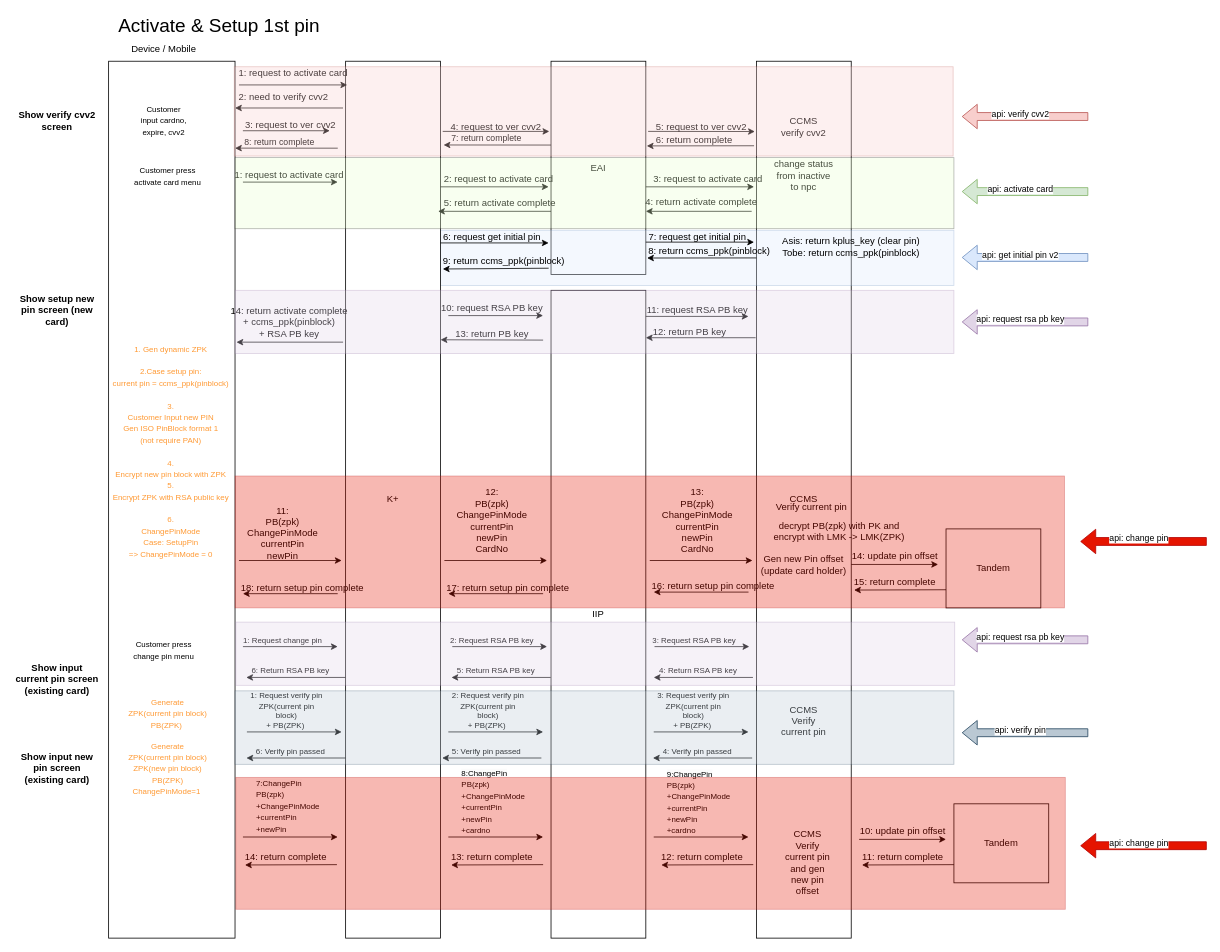
This is page "KPlus_ChangePin" (2 of 2) of CCMS_Project.drawio from chawaratr/drawio, a draw.io file, before an edit. Source tidied: cells renumbered, new cells numbered last; positions are measured from the earlier drawing's top-left corner, leaving out a move shared by most shapes. Both pictures are drawn from the tidied source at 79%, with x=0, y=0 at pixel (13, 13).
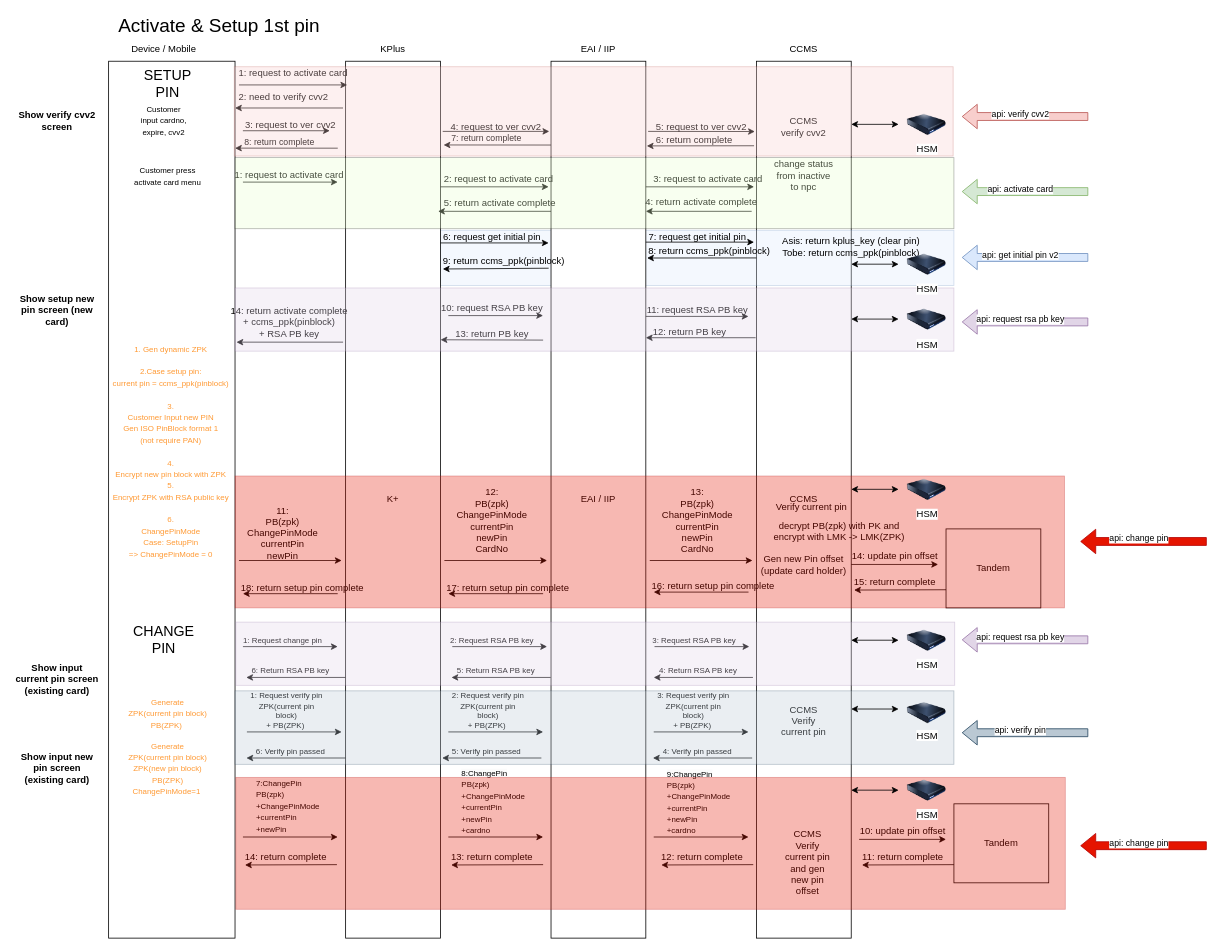
Above is the later version.

Commit message:
add hsm into diagram

What changed in the source:
```diff
@@
-    <mxCell id="3" value="EAI" style="rounded=0;whiteSpace=wrap;html=1;" parent="1" vertex="1">
-      <mxGeometry x="680" y="60" width="120" height="270" as="geometry" />
-    </mxCell>
@@
-    <mxCell id="8" value="IIP" style="rounded=0;whiteSpace=wrap;html=1;" parent="1" vertex="1">
-      <mxGeometry x="680" y="350" width="120" height="820" as="geometry" />
+    <mxCell id="8" value="EAI / IIP" style="rounded=0;whiteSpace=wrap;html=1;" parent="1" vertex="1">
+      <mxGeometry x="680" y="60" width="120" height="1110" as="geometry" />
     </mxCell>
@@
-    <mxCell id="67" style="endArrow=classic;html=1;rounded=0;exitX=1.024;exitY=0.144;exitDx=0;exitDy=0;exitPerimeter=0;entryX=-0.018;entryY=0.329;entryDx=0;entryDy=0;entryPerimeter=0;" parent="1" edge="1" target="3">
+    <mxCell id="67" style="endArrow=classic;html=1;rounded=0;exitX=1.024;exitY=0.144;exitDx=0;exitDy=0;exitPerimeter=0;entryX=-0.018;entryY=0.329;entryDx=0;entryDy=0;entryPerimeter=0;" parent="1" edge="1">
       <mxGeometry relative="1" as="geometry">
         <mxPoint x="542.9" y="148.8" as="sourcePoint" />
+        <mxPoint x="677.8" y="148.8" as="targetPoint" />
       </mxGeometry>
     </mxCell>
@@
-    <mxCell id="71" style="endArrow=classic;html=1;rounded=0;entryX=1.01;entryY=0.397;entryDx=0;entryDy=0;entryPerimeter=0;" parent="1" edge="1" target="3">
+    <mxCell id="71" style="endArrow=classic;html=1;rounded=0;entryX=1.01;entryY=0.397;entryDx=0;entryDy=0;entryPerimeter=0;" parent="1" edge="1">
       <mxGeometry relative="1" as="geometry">
         <mxPoint x="937" y="167" as="sourcePoint" />
+        <mxPoint x="801.2" y="167.2" as="targetPoint" />
       </mxGeometry>
     </mxCell>
@@
-    <mxCell id="75" style="endArrow=classic;html=1;rounded=0;exitX=0;exitY=0.393;exitDx=0;exitDy=0;exitPerimeter=0;" parent="1" edge="1" source="3">
+    <mxCell id="75" style="endArrow=classic;html=1;rounded=0;exitX=0;exitY=0.393;exitDx=0;exitDy=0;exitPerimeter=0;" parent="1" edge="1">
       <mxGeometry relative="1" as="geometry">
+        <mxPoint x="680" y="166.1" as="sourcePoint" />
         <mxPoint x="544" y="166" as="targetPoint" />
       </mxGeometry>
     </mxCell>
@@
-    <mxCell id="83" value="&lt;font style=&quot;font-size: 10px;&quot;&gt;Customer press change pin menu&lt;/font&gt;" style="text;html=1;align=center;verticalAlign=middle;whiteSpace=wrap;rounded=0;" parent="1" vertex="1">
-      <mxGeometry x="145" y="790" width="90" height="30" as="geometry" />
+    <mxCell id="83" value="&lt;font style=&quot;font-size: 18px;&quot;&gt;CHANGE PIN&lt;/font&gt;" style="text;html=1;align=center;verticalAlign=middle;whiteSpace=wrap;rounded=0;" parent="1" vertex="1">
+      <mxGeometry x="145" y="778" width="90" height="30" as="geometry" />
     </mxCell>
@@
     <mxCell id="150" style="rounded=0;whiteSpace=wrap;html=1;fillColor=#e1d5e7;strokeColor=#9673a6;opacity=30;" parent="1" vertex="1">
-      <mxGeometry x="280" y="350" width="910" height="80" as="geometry" />
+      <mxGeometry x="280" y="347" width="910" height="80" as="geometry" />
     </mxCell>
@@
+    <mxCell id="153" value="&lt;font style=&quot;font-size: 18px;&quot;&gt;SETUP PIN&lt;/font&gt;" style="text;html=1;align=center;verticalAlign=middle;whiteSpace=wrap;rounded=0;" parent="1" vertex="1">
+      <mxGeometry x="150" y="74" width="90" height="30" as="geometry" />
+    </mxCell>
+    <mxCell id="154" value="KPlus" style="text;html=1;strokeColor=none;fillColor=none;align=center;verticalAlign=middle;whiteSpace=wrap;rounded=0;" parent="1" vertex="1">
+      <mxGeometry x="430" y="30" width="100" height="30" as="geometry" />
+    </mxCell>
+    <mxCell id="155" value="EAI / IIP" style="text;html=1;strokeColor=none;fillColor=none;align=center;verticalAlign=middle;whiteSpace=wrap;rounded=0;" parent="1" vertex="1">
+      <mxGeometry x="690" y="30" width="100" height="30" as="geometry" />
+    </mxCell>
+    <mxCell id="156" value="CCMS" style="text;html=1;strokeColor=none;fillColor=none;align=center;verticalAlign=middle;whiteSpace=wrap;rounded=0;" parent="1" vertex="1">
+      <mxGeometry x="950" y="30" width="100" height="30" as="geometry" />
+    </mxCell>
+    <mxCell id="157" value="HSM" style="image;html=1;image=img/lib/clip_art/computers/Harddrive_128x128.png;" parent="1" vertex="1">
+      <mxGeometry x="1131" y="585" width="49" height="35" as="geometry" />
+    </mxCell>
+    <mxCell id="158" value="HSM" style="image;html=1;image=img/lib/clip_art/computers/Harddrive_128x128.png;" parent="1" vertex="1">
+      <mxGeometry x="1131" y="777" width="49" height="33" as="geometry" />
+    </mxCell>
+    <mxCell id="159" value="HSM" style="image;html=1;image=img/lib/clip_art/computers/Harddrive_128x128.png;" parent="1" vertex="1">
+      <mxGeometry x="1131" y="870" width="49" height="30" as="geometry" />
+    </mxCell>
+    <mxCell id="160" value="HSM" style="image;html=1;image=img/lib/clip_art/computers/Harddrive_128x128.png;" parent="1" vertex="1">
+      <mxGeometry x="1131" y="966.5" width="49" height="33.5" as="geometry" />
+    </mxCell>
+    <mxCell id="161" style="endArrow=classic;startArrow=classic;html=1;rounded=0;" parent="1" edge="1">
+      <mxGeometry relative="1" as="geometry">
+        <mxPoint x="1060" y="601.9" as="sourcePoint" />
+        <mxPoint x="1120" y="601.9" as="targetPoint" />
+      </mxGeometry>
+    </mxCell>
+    <mxCell id="162" style="endArrow=classic;startArrow=classic;html=1;rounded=0;" parent="1" edge="1">
+      <mxGeometry relative="1" as="geometry">
+        <mxPoint x="1060" y="792.9" as="sourcePoint" />
+        <mxPoint x="1120" y="792.9" as="targetPoint" />
+      </mxGeometry>
+    </mxCell>
+    <mxCell id="163" style="endArrow=classic;startArrow=classic;html=1;rounded=0;" parent="1" edge="1">
+      <mxGeometry relative="1" as="geometry">
+        <mxPoint x="1060" y="880" as="sourcePoint" />
+        <mxPoint x="1120" y="880" as="targetPoint" />
+      </mxGeometry>
+    </mxCell>
+    <mxCell id="164" style="endArrow=classic;startArrow=classic;html=1;rounded=0;" parent="1" edge="1">
+      <mxGeometry relative="1" as="geometry">
+        <mxPoint x="1060" y="982.7" as="sourcePoint" />
+        <mxPoint x="1120" y="982.7" as="targetPoint" />
+      </mxGeometry>
+    </mxCell>
+    <mxCell id="165" value="HSM" style="image;html=1;image=img/lib/clip_art/computers/Harddrive_128x128.png;" parent="1" vertex="1">
+      <mxGeometry x="1131" y="123" width="49" height="35" as="geometry" />
+    </mxCell>
+    <mxCell id="166" style="endArrow=classic;startArrow=classic;html=1;rounded=0;" parent="1" edge="1">
+      <mxGeometry relative="1" as="geometry">
+        <mxPoint x="1060" y="139.9" as="sourcePoint" />
+        <mxPoint x="1120" y="139.9" as="targetPoint" />
+      </mxGeometry>
+    </mxCell>
+    <mxCell id="167" value="HSM" style="image;html=1;image=img/lib/clip_art/computers/Harddrive_128x128.png;" parent="1" vertex="1">
+      <mxGeometry x="1131" y="369.5" width="49" height="35" as="geometry" />
+    </mxCell>
+    <mxCell id="168" style="endArrow=classic;startArrow=classic;html=1;rounded=0;" parent="1" edge="1">
+      <mxGeometry relative="1" as="geometry">
+        <mxPoint x="1060" y="386.4" as="sourcePoint" />
+        <mxPoint x="1120" y="386.4" as="targetPoint" />
+      </mxGeometry>
+    </mxCell>
+    <mxCell id="169" value="HSM" style="image;html=1;image=img/lib/clip_art/computers/Harddrive_128x128.png;" parent="1" vertex="1">
+      <mxGeometry x="1131" y="300" width="49" height="35" as="geometry" />
+    </mxCell>
+    <mxCell id="170" style="endArrow=classic;startArrow=classic;html=1;rounded=0;" parent="1" edge="1">
+      <mxGeometry relative="1" as="geometry">
+        <mxPoint x="1060" y="316.9" as="sourcePoint" />
+        <mxPoint x="1120" y="316.9" as="targetPoint" />
+      </mxGeometry>
+    </mxCell>
```
